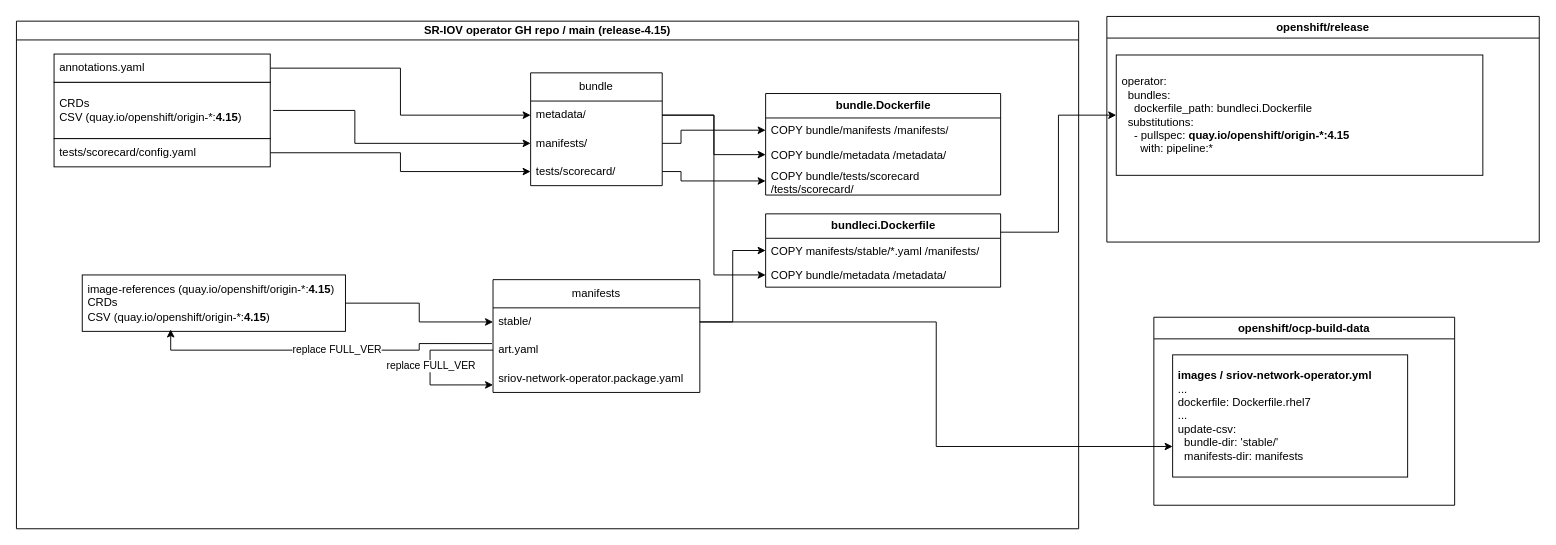
The draw.io diagram diagram/sriov-operator-ci.drawio in zeeke/public-data, before the edit. Source tidied: cells renumbered, new cells numbered last; positions are measured from the earlier drawing's top-left corner, leaving out a move shared by most shapes. Both pictures are drawn from the tidied source at 94%, with x=0, y=0 at pixel (16, 16).
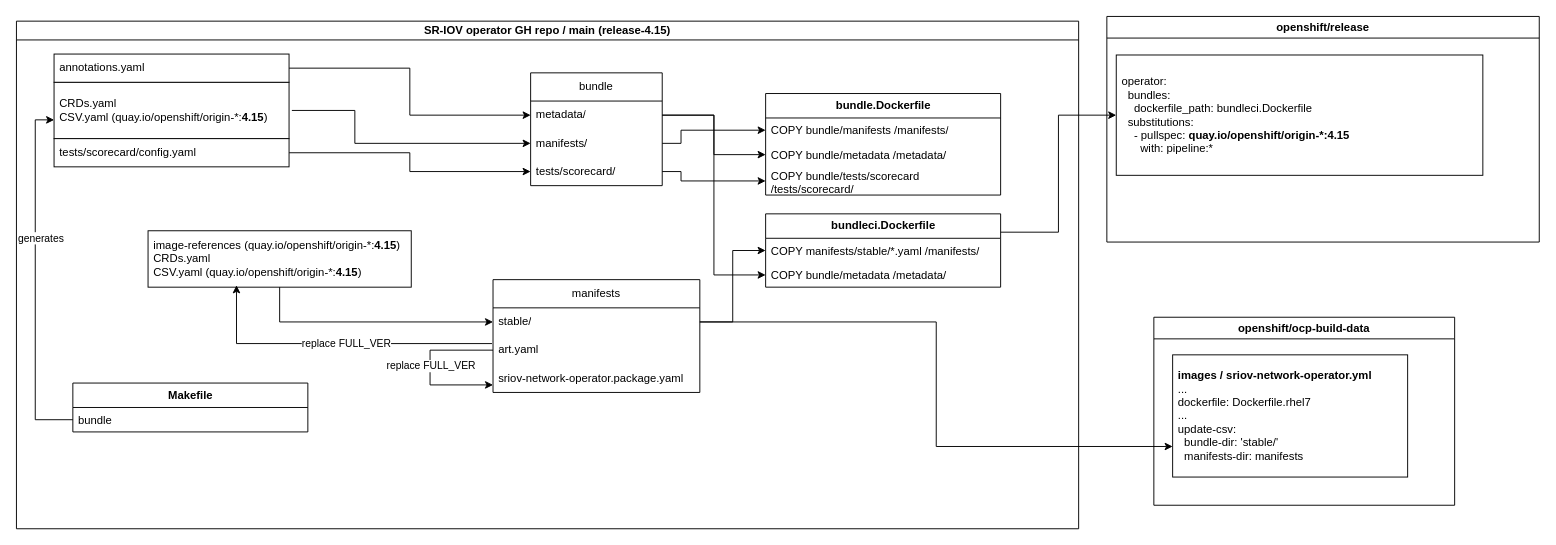
Above is the later version.

The change refers to these unchanged cells:
```xml
<mxCell id="2" value="SR-IOV operator GH repo / main (release-4.15)" style="swimlane;whiteSpace=wrap;html=1;startSize=20;" parent="1" vertex="1">
  <mxGeometry y="5" width="1130" height="540" as="geometry" />
</mxCell>
```

The edit, as a diff of the source:
```diff
@@
-    <mxCell id="20" value="CRDs&lt;br&gt;CSV (quay.io/openshift/origin-*:&lt;b&gt;4.15&lt;/b&gt;)" style="rounded=0;whiteSpace=wrap;html=1;align=left;perimeterSpacing=3;spacing=6;" parent="2" vertex="1">
-      <mxGeometry x="40" y="65" width="230" height="60" as="geometry" />
+    <mxCell id="20" value="CRDs.yaml&lt;br&gt;CSV.yaml (quay.io/openshift/origin-*:&lt;b&gt;4.15&lt;/b&gt;)" style="rounded=0;whiteSpace=wrap;html=1;align=left;perimeterSpacing=3;spacing=6;" parent="2" vertex="1">
+      <mxGeometry x="40" y="65" width="250" height="60" as="geometry" />
     </mxCell>
@@
     <mxCell id="22" value="annotations.yaml" style="rounded=0;whiteSpace=wrap;html=1;align=left;spacing=6;" parent="2" vertex="1">
-      <mxGeometry x="40" y="35" width="230" height="30" as="geometry" />
+      <mxGeometry x="40" y="35" width="250" height="30" as="geometry" />
     </mxCell>
@@
     <mxCell id="24" value="tests/scorecard/config.yaml" style="rounded=0;whiteSpace=wrap;html=1;align=left;spacing=6;" parent="2" vertex="1">
-      <mxGeometry x="40" y="125" width="230" height="30" as="geometry" />
+      <mxGeometry x="40" y="125" width="250" height="30" as="geometry" />
     </mxCell>
@@
-    <mxCell id="31" value="image-references (quay.io/openshift/origin-*:&lt;b&gt;4.15&lt;/b&gt;)&lt;br&gt;CRDs&lt;br style=&quot;border-color: var(--border-color);&quot;&gt;CSV (quay.io/openshift/origin-*:&lt;b style=&quot;border-color: var(--border-color);&quot;&gt;4.15&lt;/b&gt;)" style="rounded=0;whiteSpace=wrap;html=1;align=left;spacing=6;" parent="2" vertex="1">
-      <mxGeometry x="70" y="270" width="280" height="60" as="geometry" />
+    <mxCell id="31" value="image-references (quay.io/openshift/origin-*:&lt;b&gt;4.15&lt;/b&gt;)&lt;br&gt;CRDs.yaml&lt;br style=&quot;border-color: var(--border-color);&quot;&gt;CSV.yaml&amp;nbsp;(quay.io/openshift/origin-*:&lt;b style=&quot;border-color: var(--border-color);&quot;&gt;4.15&lt;/b&gt;)" style="rounded=0;whiteSpace=wrap;html=1;align=left;spacing=6;" parent="2" vertex="1">
+      <mxGeometry x="140" y="223" width="280" height="60" as="geometry" />
     </mxCell>
@@
+    <mxCell id="41" value="&lt;b style=&quot;border-color: var(--border-color);&quot;&gt;Makefile&lt;/b&gt;" style="swimlane;fontStyle=0;horizontal=1;startSize=26;fillColor=none;html=1;" parent="2" vertex="1">
+      <mxGeometry x="60" y="385" width="250" height="52" as="geometry" />
+    </mxCell>
+    <mxCell id="42" value="&lt;div&gt;bundle&lt;/div&gt;" style="text;strokeColor=none;fillColor=none;align=left;verticalAlign=top;spacingLeft=4;spacingRight=4;overflow=hidden;points=[[0,0.5],[1,0.5]];portConstraint=eastwest;whiteSpace=wrap;html=1;" parent="41" vertex="1">
+      <mxGeometry y="26" width="250" height="26" as="geometry" />
+    </mxCell>
+    <mxCell id="43" style="edgeStyle=orthogonalEdgeStyle;rounded=0;jettySize=auto;html=1;entryX=0.012;entryY=0.652;entryDx=0;entryDy=0;entryPerimeter=0;" parent="2" edge="1" source="42" target="20">
+      <mxGeometry relative="1" as="geometry" />
+    </mxCell>
+    <mxCell id="44" value="generates" style="edgeLabel;html=1;align=center;verticalAlign=middle;" parent="43" vertex="1">
+      <mxGeometry x="0.23" y="-5" relative="1" as="geometry" />
+    </mxCell>
```
